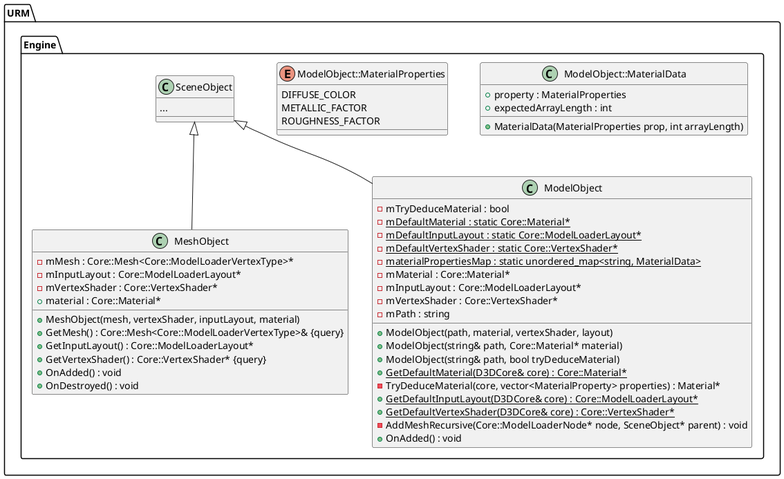
Earlier version of the PlantUML export Latex/images/UML/sceneobjects_model.png (MinikPLayer/MasterThesis_UniversalRenderingModule_D3D11).
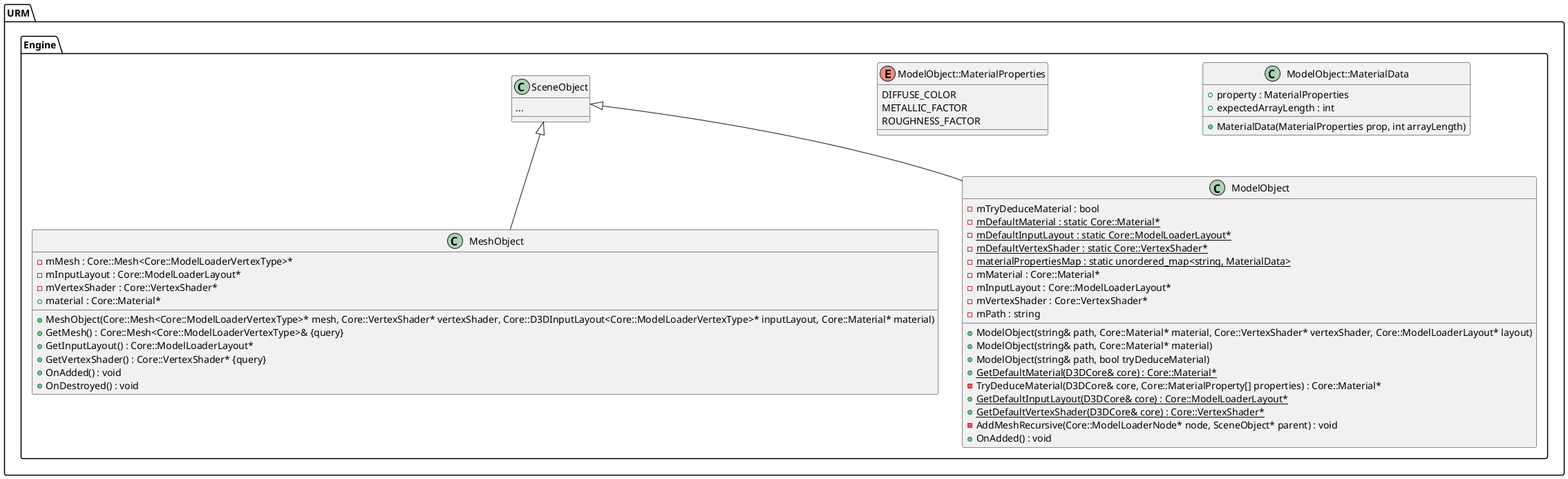
The same diagram one commit later.

Diff of the diagram source:
```diff
@@ -9,7 +9,7 @@
 namespace URM {
 	namespace Engine {
 		class MeshObject {
-+MeshObject(mesh, vertexShader, inputLayout, material)
+			+MeshObject(Core::Mesh<Core::ModelLoaderVertexType>* mesh, Core::VertexShader* vertexShader, Core::D3DInputLayout<Core::ModelLoaderVertexType>* inputLayout, Core::Material* material)
 			+GetMesh() : Core::Mesh<Core::ModelLoaderVertexType>& {query}
 			-mMesh : Core::Mesh<Core::ModelLoaderVertexType>*
 			+GetInputLayout() : Core::ModelLoaderLayout*
@@ -22,7 +22,7 @@
 		}
 
 		class ModelObject {
-+ModelObject(path, material, vertexShader, layout)
+			+ModelObject(string& path, Core::Material* material, Core::VertexShader* vertexShader, Core::ModelLoaderLayout* layout)
 			+ModelObject(string& path, Core::Material* material)
 			+ModelObject(string& path, bool tryDeduceMaterial)
 			-mTryDeduceMaterial : bool
@@ -31,7 +31,7 @@
 			-{static} mDefaultVertexShader : static Core::VertexShader*
 			-{static} materialPropertiesMap : static unordered_map<string, MaterialData>
 			+{static} GetDefaultMaterial(D3DCore& core) : Core::Material*
--TryDeduceMaterial(core, vector<MaterialProperty> properties) : Material*
+			-TryDeduceMaterial(D3DCore& core, Core::MaterialProperty[] properties) : Core::Material*
 			-mMaterial : Core::Material*
 			+{static} GetDefaultInputLayout(D3DCore& core) : Core::ModelLoaderLayout*
 			-mInputLayout : Core::ModelLoaderLayout*
```
